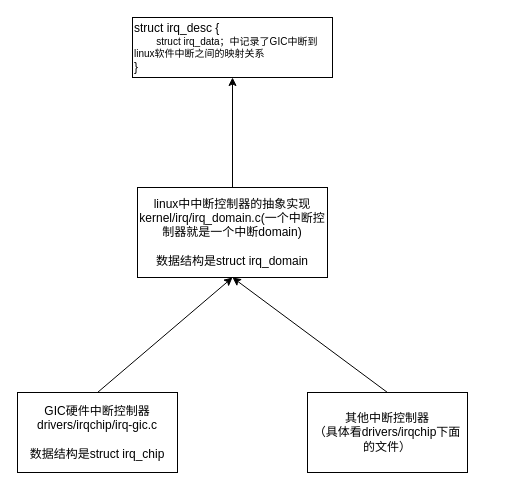
denglin12315/drawio_repo keeps this draw.io diagram as linux irq.drawio. Above is the earlier version. Source tidied: cells renumbered, new cells numbered last; positions are measured from the earlier drawing's top-left corner, leaving out a move shared by most shapes. Both pictures are drawn from the tidied source at 100%, with x=0, y=0 at pixel (17, 17).
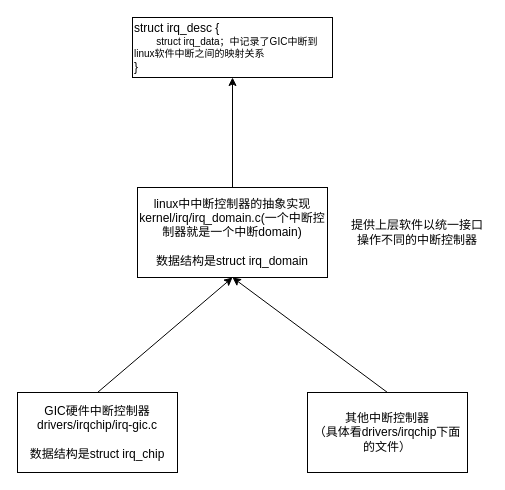
The same page after the edit.

Diff of the diagram source:
```diff
@@
 <mxGraphModel>
   <root>
     <mxCell id="0" />
     <mxCell id="1" parent="0" />
     <mxCell id="2" value="GIC硬件中断控制器&lt;div&gt;drivers/irqchip/irq-gic.c&lt;br&gt;&lt;/div&gt;&lt;div&gt;&lt;br&gt;&lt;/div&gt;&lt;div&gt;数据结构是struct irq_chip&lt;/div&gt;" style="rounded=0;whiteSpace=wrap;html=1;" parent="1" vertex="1">
       <mxGeometry y="375" width="160" height="80" as="geometry" />
     </mxCell>
     <mxCell id="3" style="edgeStyle=orthogonalEdgeStyle;rounded=0;jettySize=auto;html=1;exitX=0.5;exitY=0;exitDx=0;exitDy=0;entryX=0.5;entryY=1;entryDx=0;entryDy=0;" parent="1" edge="1" source="4" target="8">
       <mxGeometry relative="1" as="geometry" />
     </mxCell>
     <mxCell id="4" value="linux中中断控制器的抽象实现&lt;div&gt;kernel/irq/irq_domain.c(一个中断控制器就是一个中断domain)&lt;/div&gt;&lt;div&gt;&lt;br&gt;&lt;/div&gt;&lt;div&gt;数据结构是struct irq_domain&lt;/div&gt;" style="rounded=0;whiteSpace=wrap;html=1;" parent="1" vertex="1">
       <mxGeometry x="120" y="170" width="190" height="90" as="geometry" />
     </mxCell>
     <mxCell id="5" value="其他中断控制器&lt;div&gt;（具体看drivers/irqchip下面的文件）&lt;/div&gt;" style="rounded=0;whiteSpace=wrap;html=1;" parent="1" vertex="1">
       <mxGeometry x="290" y="375" width="160" height="80" as="geometry" />
     </mxCell>
     <mxCell id="6" style="endArrow=classic;html=1;rounded=0;exitX=0.5;exitY=0;exitDx=0;exitDy=0;entryX=0.5;entryY=1;entryDx=0;entryDy=0;" parent="1" edge="1" source="2" target="4">
       <mxGeometry relative="1" as="geometry" />
     </mxCell>
     <mxCell id="7" style="endArrow=classic;html=1;rounded=0;exitX=0.5;exitY=0;exitDx=0;exitDy=0;entryX=0.5;entryY=1;entryDx=0;entryDy=0;" parent="1" edge="1" source="5" target="4">
       <mxGeometry relative="1" as="geometry" />
     </mxCell>
     <mxCell id="8" value="struct irq_desc {&lt;div style=&quot;font-size: 10px;&quot;&gt;&amp;nbsp;&lt;span style=&quot;white-space: pre;&quot;&gt;&#9;&lt;/span&gt;struct irq_data；中记录了GIC中断到linux软件中断之间的映射关系&lt;/div&gt;&lt;div&gt;}&lt;/div&gt;" style="rounded=0;whiteSpace=wrap;html=1;align=left;" parent="1" vertex="1">
       <mxGeometry x="115" width="200" height="60" as="geometry" />
     </mxCell>
+    <mxCell id="9" value="提供上层软件以统一接口操作不同的中断控制器" style="text;html=1;align=center;verticalAlign=middle;whiteSpace=wrap;rounded=0;" parent="1" vertex="1">
+      <mxGeometry x="330" y="200" width="140" height="30" as="geometry" />
+    </mxCell>
   </root>
 </mxGraphModel>
```
